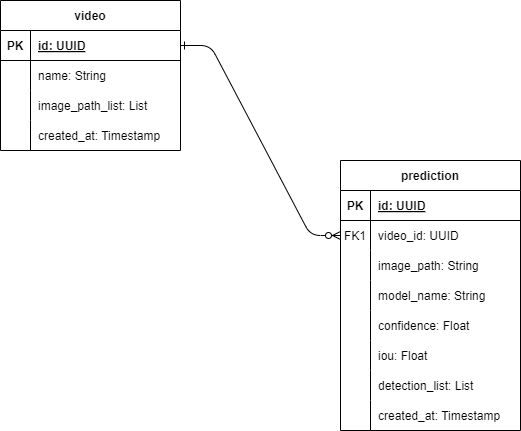
The draw.io diagram backend/app/docs/OverviewDB.drawio.png in icaroribeiro/overview-full-stack-take-home-assignment, before a commit. Source tidied: cells renumbered, new cells last; positions are measured from the earlier drawing's top-left corner, leaving out a move shared by most shapes. The source it was exported from:
```xml
<mxGraphModel>
  <root>
    <mxCell id="0" />
    <mxCell id="1" parent="0" />
    <mxCell id="2" value="video" style="shape=table;startSize=30;rowLines=0;fontStyle=1;align=center;" parent="1" vertex="1">
      <mxGeometry width="180" height="150" as="geometry" />
    </mxCell>
    <mxCell id="3" style="shape=tableRow;horizontal=0;startSize=0;swimlaneHead=0;swimlaneBody=0;fillColor=none;points=[[0,0.5],[1,0.5]];portConstraint=eastwest;top=0;left=0;right=0;bottom=1;" parent="2" vertex="1">
      <mxGeometry y="30" width="180" height="30" as="geometry" />
    </mxCell>
    <mxCell id="4" value="PK" style="shape=partialRectangle;fillColor=none;top=0;left=0;bottom=0;right=0;fontStyle=1;overflow=hidden;" parent="3" vertex="1">
      <mxGeometry width="30" height="30" as="geometry" />
    </mxCell>
    <mxCell id="5" value="id: UUID" style="shape=partialRectangle;fillColor=none;top=0;left=0;bottom=0;right=0;align=left;spacingLeft=6;fontStyle=5;overflow=hidden;" parent="3" vertex="1">
      <mxGeometry x="30" width="150" height="30" as="geometry" />
    </mxCell>
    <mxCell id="6" style="shape=tableRow;horizontal=0;startSize=0;swimlaneHead=0;swimlaneBody=0;fillColor=none;top=0;left=0;right=0;bottom=0;" parent="2" vertex="1">
      <mxGeometry y="60" width="180" height="30" as="geometry" />
    </mxCell>
    <mxCell id="7" style="shape=partialRectangle;fillColor=none;top=0;left=0;bottom=0;right=0;overflow=hidden;" parent="6" vertex="1">
      <mxGeometry width="30" height="30" as="geometry" />
    </mxCell>
    <mxCell id="8" value="name: String" style="shape=partialRectangle;fillColor=none;top=0;left=0;bottom=0;right=0;align=left;spacingLeft=6;overflow=hidden;" parent="6" vertex="1">
      <mxGeometry x="30" width="150" height="30" as="geometry" />
    </mxCell>
    <mxCell id="9" style="shape=tableRow;horizontal=0;startSize=0;swimlaneHead=0;swimlaneBody=0;fillColor=none;top=0;left=0;right=0;bottom=0;" parent="2" vertex="1">
      <mxGeometry y="90" width="180" height="30" as="geometry" />
    </mxCell>
    <mxCell id="10" style="shape=partialRectangle;fillColor=none;top=0;left=0;bottom=0;right=0;overflow=hidden;" parent="9" vertex="1">
      <mxGeometry width="30" height="30" as="geometry" />
    </mxCell>
    <mxCell id="11" value="image_path_list: List" style="shape=partialRectangle;fillColor=none;top=0;left=0;bottom=0;right=0;align=left;spacingLeft=6;overflow=hidden;" parent="9" vertex="1">
      <mxGeometry x="30" width="150" height="30" as="geometry" />
    </mxCell>
    <mxCell id="12" style="shape=tableRow;horizontal=0;startSize=0;swimlaneHead=0;swimlaneBody=0;fillColor=none;top=0;left=0;right=0;bottom=0;" parent="2" vertex="1">
      <mxGeometry y="120" width="180" height="30" as="geometry" />
    </mxCell>
    <mxCell id="13" style="shape=partialRectangle;fillColor=none;top=0;left=0;bottom=0;right=0;overflow=hidden;" parent="12" vertex="1">
      <mxGeometry width="30" height="30" as="geometry" />
    </mxCell>
    <mxCell id="14" value="created_at: Timestamp" style="shape=partialRectangle;fillColor=none;top=0;left=0;bottom=0;right=0;align=left;spacingLeft=6;overflow=hidden;" parent="12" vertex="1">
      <mxGeometry x="30" width="150" height="30" as="geometry" />
    </mxCell>
    <mxCell id="15" value="prediction" style="shape=table;startSize=30;rowLines=0;fontStyle=1;align=center;" parent="1" vertex="1">
      <mxGeometry x="340" y="160" width="180" height="270" as="geometry" />
    </mxCell>
    <mxCell id="16" style="shape=tableRow;horizontal=0;startSize=0;swimlaneHead=0;swimlaneBody=0;fillColor=none;top=0;left=0;right=0;bottom=1;" parent="15" vertex="1">
      <mxGeometry y="30" width="180" height="30" as="geometry" />
    </mxCell>
    <mxCell id="17" value="PK" style="shape=partialRectangle;fillColor=none;top=0;left=0;bottom=0;right=0;fontStyle=1;overflow=hidden;" parent="16" vertex="1">
      <mxGeometry width="30" height="30" as="geometry" />
    </mxCell>
    <mxCell id="18" value="id: UUID" style="shape=partialRectangle;fillColor=none;top=0;left=0;bottom=0;right=0;align=left;spacingLeft=6;fontStyle=5;overflow=hidden;" parent="16" vertex="1">
      <mxGeometry x="30" width="150" height="30" as="geometry" />
    </mxCell>
    <mxCell id="19" style="shape=tableRow;horizontal=0;startSize=0;swimlaneHead=0;swimlaneBody=0;fillColor=none;points=[[0,0.5],[1,0.5]];portConstraint=eastwest;top=0;left=0;right=0;bottom=0;" parent="15" vertex="1">
      <mxGeometry y="60" width="180" height="30" as="geometry" />
    </mxCell>
    <mxCell id="20" value="FK1" style="shape=partialRectangle;fillColor=none;top=0;left=0;bottom=0;right=0;overflow=hidden;" parent="19" vertex="1">
      <mxGeometry width="30" height="30" as="geometry" />
    </mxCell>
    <mxCell id="21" value="video_id: UUID" style="shape=partialRectangle;fillColor=none;top=0;left=0;bottom=0;right=0;align=left;spacingLeft=6;overflow=hidden;" parent="19" vertex="1">
      <mxGeometry x="30" width="150" height="30" as="geometry" />
    </mxCell>
    <mxCell id="22" style="shape=tableRow;horizontal=0;startSize=0;swimlaneHead=0;swimlaneBody=0;fillColor=none;top=0;left=0;right=0;bottom=0;" parent="15" vertex="1">
      <mxGeometry y="90" width="180" height="30" as="geometry" />
    </mxCell>
    <mxCell id="23" style="shape=partialRectangle;fillColor=none;top=0;left=0;bottom=0;right=0;overflow=hidden;" parent="22" vertex="1">
      <mxGeometry width="30" height="30" as="geometry" />
    </mxCell>
    <mxCell id="24" value="image_path: String" style="shape=partialRectangle;fillColor=none;top=0;left=0;bottom=0;right=0;align=left;spacingLeft=6;overflow=hidden;" parent="22" vertex="1">
      <mxGeometry x="30" width="150" height="30" as="geometry" />
    </mxCell>
    <mxCell id="25" style="shape=tableRow;horizontal=0;startSize=0;swimlaneHead=0;swimlaneBody=0;fillColor=none;top=0;left=0;right=0;bottom=0;" parent="15" vertex="1">
      <mxGeometry y="120" width="180" height="30" as="geometry" />
    </mxCell>
    <mxCell id="26" style="shape=partialRectangle;fillColor=none;top=0;left=0;bottom=0;right=0;overflow=hidden;" parent="25" vertex="1">
      <mxGeometry width="30" height="30" as="geometry" />
    </mxCell>
    <mxCell id="27" value="model_name: String" style="shape=partialRectangle;fillColor=none;top=0;left=0;bottom=0;right=0;align=left;spacingLeft=6;overflow=hidden;" parent="25" vertex="1">
      <mxGeometry x="30" width="150" height="30" as="geometry" />
    </mxCell>
    <mxCell id="28" style="shape=tableRow;horizontal=0;startSize=0;swimlaneHead=0;swimlaneBody=0;fillColor=none;top=0;left=0;right=0;bottom=0;" parent="15" vertex="1">
      <mxGeometry y="150" width="180" height="30" as="geometry" />
    </mxCell>
    <mxCell id="29" style="shape=partialRectangle;fillColor=none;top=0;left=0;bottom=0;right=0;overflow=hidden;" parent="28" vertex="1">
      <mxGeometry width="30" height="30" as="geometry" />
    </mxCell>
    <mxCell id="30" value="confidence: Float" style="shape=partialRectangle;fillColor=none;top=0;left=0;bottom=0;right=0;align=left;spacingLeft=6;overflow=hidden;" parent="28" vertex="1">
      <mxGeometry x="30" width="150" height="30" as="geometry" />
    </mxCell>
    <mxCell id="31" style="shape=tableRow;horizontal=0;startSize=0;swimlaneHead=0;swimlaneBody=0;fillColor=none;top=0;left=0;right=0;bottom=0;" parent="15" vertex="1">
      <mxGeometry y="180" width="180" height="30" as="geometry" />
    </mxCell>
    <mxCell id="32" style="shape=partialRectangle;fillColor=none;top=0;left=0;bottom=0;right=0;overflow=hidden;" parent="31" vertex="1">
      <mxGeometry width="30" height="30" as="geometry" />
    </mxCell>
    <mxCell id="33" value="iou: Float" style="shape=partialRectangle;fillColor=none;top=0;left=0;bottom=0;right=0;align=left;spacingLeft=6;overflow=hidden;" parent="31" vertex="1">
      <mxGeometry x="30" width="150" height="30" as="geometry" />
    </mxCell>
    <mxCell id="34" style="shape=tableRow;horizontal=0;startSize=0;swimlaneHead=0;swimlaneBody=0;fillColor=none;top=0;left=0;right=0;bottom=0;" parent="15" vertex="1">
      <mxGeometry y="210" width="180" height="30" as="geometry" />
    </mxCell>
    <mxCell id="35" style="shape=partialRectangle;fillColor=none;top=0;left=0;bottom=0;right=0;overflow=hidden;" parent="34" vertex="1">
      <mxGeometry width="30" height="30" as="geometry" />
    </mxCell>
    <mxCell id="36" value="detection_list: List" style="shape=partialRectangle;fillColor=none;top=0;left=0;bottom=0;right=0;align=left;spacingLeft=6;overflow=hidden;" parent="34" vertex="1">
      <mxGeometry x="30" width="150" height="30" as="geometry" />
    </mxCell>
    <mxCell id="37" style="shape=tableRow;horizontal=0;startSize=0;swimlaneHead=0;swimlaneBody=0;fillColor=none;top=0;left=0;right=0;bottom=0;" parent="15" vertex="1">
      <mxGeometry y="240" width="180" height="30" as="geometry" />
    </mxCell>
    <mxCell id="38" style="shape=partialRectangle;fillColor=none;top=0;left=0;bottom=0;right=0;overflow=hidden;" parent="37" vertex="1">
      <mxGeometry width="30" height="30" as="geometry" />
    </mxCell>
    <mxCell id="39" value="created_at: Timestamp" style="shape=partialRectangle;fillColor=none;top=0;left=0;bottom=0;right=0;align=left;spacingLeft=6;overflow=hidden;" parent="37" vertex="1">
      <mxGeometry x="30" width="150" height="30" as="geometry" />
    </mxCell>
    <mxCell id="40" style="edgeStyle=entityRelationEdgeStyle;endArrow=ERzeroToMany;startArrow=ERone;endFill=1;startFill=0;" parent="1" edge="1" source="3" target="19">
      <mxGeometry relative="1" as="geometry" />
    </mxCell>
  </root>
</mxGraphModel>
```
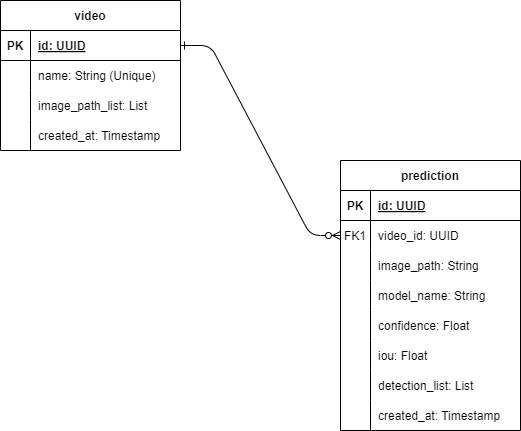
The same file after the commit.

Commit message:
Update OverviewDB schema

Diff of the diagram source:
```diff
@@ -20,7 +20,7 @@
     <mxCell id="7" style="shape=partialRectangle;fillColor=none;top=0;left=0;bottom=0;right=0;overflow=hidden;" parent="6" vertex="1">
       <mxGeometry width="30" height="30" as="geometry" />
     </mxCell>
-    <mxCell id="8" value="name: String" style="shape=partialRectangle;fillColor=none;top=0;left=0;bottom=0;right=0;align=left;spacingLeft=6;overflow=hidden;" parent="6" vertex="1">
+    <mxCell id="8" value="name: String (Unique)" style="shape=partialRectangle;fillColor=none;top=0;left=0;bottom=0;right=0;align=left;spacingLeft=6;overflow=hidden;" parent="6" vertex="1">
       <mxGeometry x="30" width="150" height="30" as="geometry" />
     </mxCell>
     <mxCell id="9" style="shape=tableRow;horizontal=0;startSize=0;swimlaneHead=0;swimlaneBody=0;fillColor=none;top=0;left=0;right=0;bottom=0;" parent="2" vertex="1">
```
